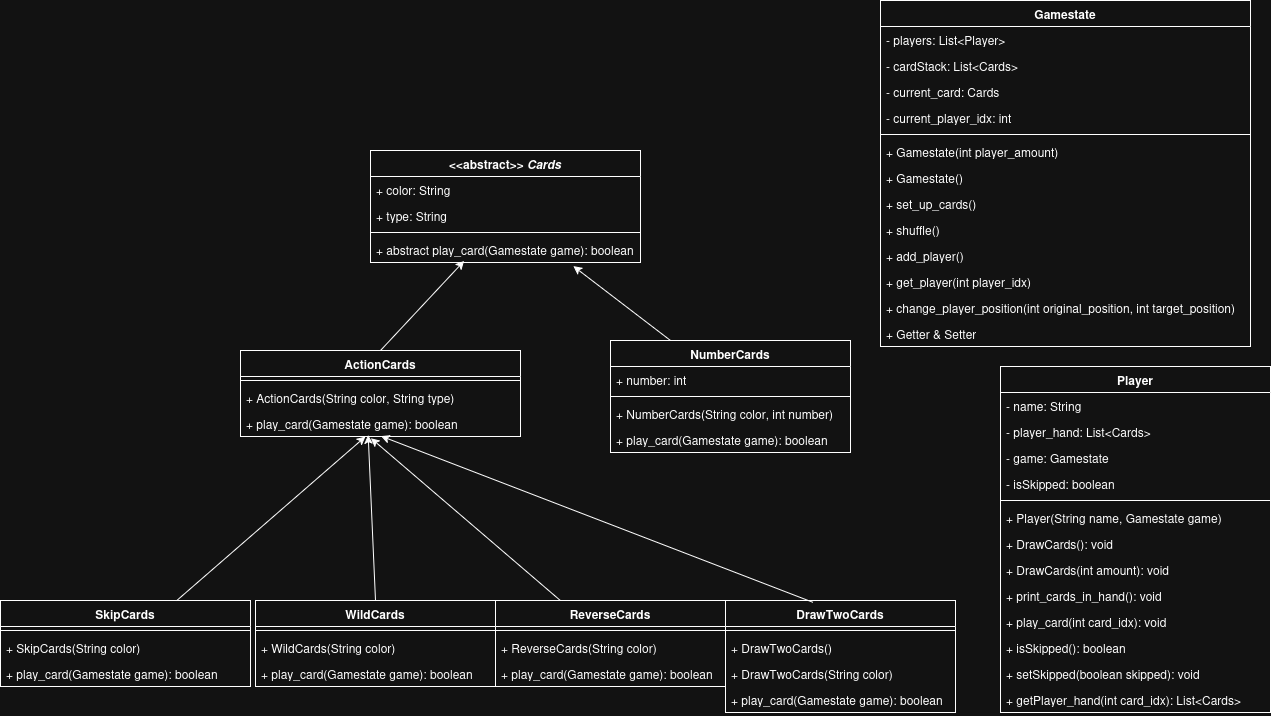
Above: img/UML.png in nicholasteslaaa/Soal_UG (draw.io), before the change. Source tidied: cells renumbered, new cells last; positions are measured from the earlier drawing's top-left corner, leaving out a move shared by most shapes.
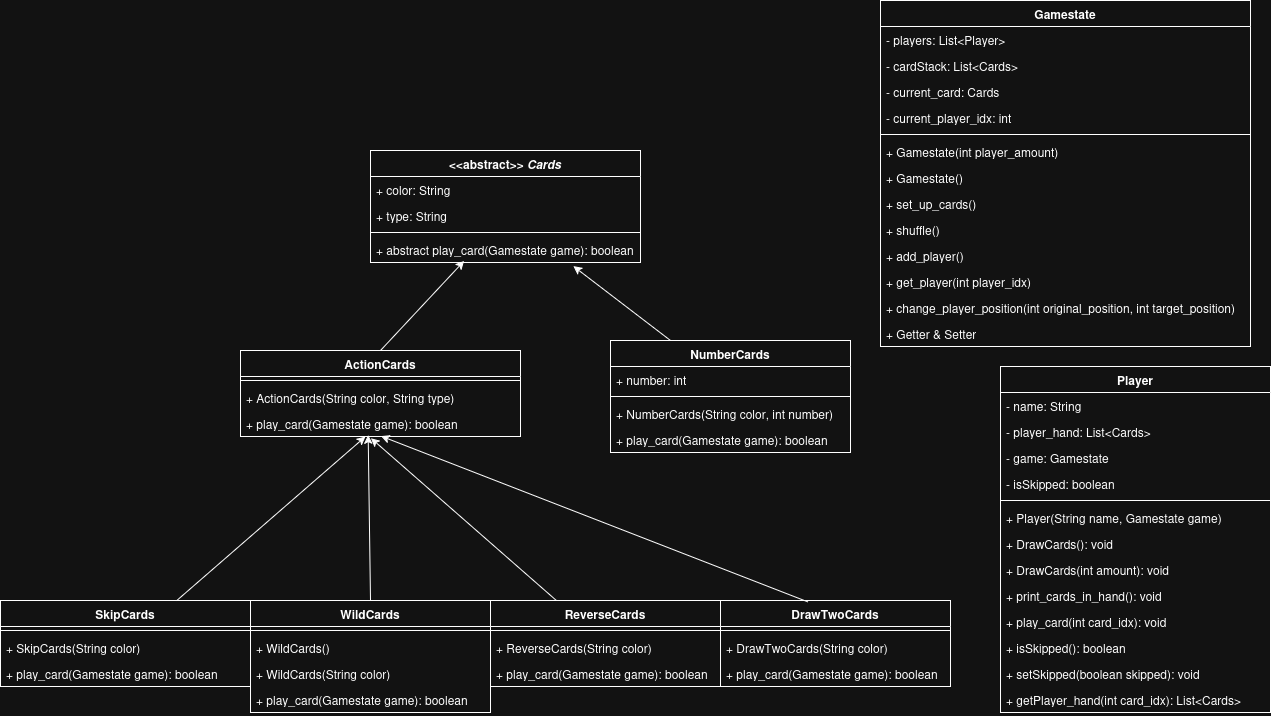
Above is the later version.

Change to the diagram source:
```diff
@@ -30,19 +30,16 @@
       <mxGeometry y="60" width="280" height="26" as="geometry" />
     </mxCell>
     <mxCell id="11" value="&lt;div&gt;DrawTwoCards&lt;/div&gt;" style="swimlane;fontStyle=1;align=center;verticalAlign=top;horizontal=1;startSize=26;whiteSpace=wrap;html=1;" parent="1" vertex="1">
-      <mxGeometry x="725" y="600" width="230" height="112" as="geometry" />
+      <mxGeometry x="720" y="600" width="230" height="86" as="geometry" />
     </mxCell>
     <mxCell id="12" style="line;strokeWidth=1;fillColor=none;align=left;verticalAlign=middle;spacingTop=-1;spacingLeft=3;spacingRight=3;labelPosition=right;strokeColor=inherit;" parent="11" vertex="1">
       <mxGeometry y="26" width="230" height="8" as="geometry" />
     </mxCell>
-    <mxCell id="13" value="+ DrawTwoCards()" style="text;strokeColor=none;fillColor=none;align=left;verticalAlign=top;spacingLeft=4;spacingRight=4;overflow=hidden;whiteSpace=wrap;html=1;" parent="11" vertex="1">
-      <mxGeometry y="34" width="230" height="26" as="geometry" />
-    </mxCell>
     <mxCell id="14" value="+ DrawTwoCards(String color)" style="text;strokeColor=none;fillColor=none;align=left;verticalAlign=top;spacingLeft=4;spacingRight=4;overflow=hidden;whiteSpace=wrap;html=1;" parent="11" vertex="1">
-      <mxGeometry y="60" width="230" height="26" as="geometry" />
+      <mxGeometry y="34" width="230" height="26" as="geometry" />
     </mxCell>
     <mxCell id="15" value="+ play_card(Gamestate&amp;nbsp;game): boolean" style="text;strokeColor=none;fillColor=none;align=left;verticalAlign=top;spacingLeft=4;spacingRight=4;overflow=hidden;whiteSpace=wrap;html=1;" parent="11" vertex="1">
-      <mxGeometry y="86" width="230" height="26" as="geometry" />
+      <mxGeometry y="60" width="230" height="26" as="geometry" />
     </mxCell>
     <mxCell id="16" value="NumberCards" style="swimlane;fontStyle=1;align=center;verticalAlign=top;horizontal=1;startSize=26;whiteSpace=wrap;html=1;" parent="1" vertex="1">
       <mxGeometry x="610" y="340" width="240" height="112" as="geometry" />
@@ -60,7 +57,7 @@
       <mxGeometry y="86" width="240" height="26" as="geometry" />
     </mxCell>
     <mxCell id="21" value="ReverseCards" style="swimlane;fontStyle=1;align=center;verticalAlign=top;horizontal=1;startSize=26;whiteSpace=wrap;html=1;" parent="1" vertex="1">
-      <mxGeometry x="495" y="600" width="230" height="86" as="geometry" />
+      <mxGeometry x="490" y="600" width="230" height="86" as="geometry" />
     </mxCell>
     <mxCell id="22" style="line;strokeWidth=1;fillColor=none;align=left;verticalAlign=middle;spacingTop=-1;spacingLeft=3;spacingRight=3;labelPosition=right;strokeColor=inherit;" parent="21" vertex="1">
       <mxGeometry y="26" width="230" height="8" as="geometry" />
@@ -84,16 +81,19 @@
       <mxGeometry y="60" width="250" height="26" as="geometry" />
     </mxCell>
     <mxCell id="29" value="WildCards" style="swimlane;fontStyle=1;align=center;verticalAlign=top;horizontal=1;startSize=26;whiteSpace=wrap;html=1;" parent="1" vertex="1">
-      <mxGeometry x="255" y="600" width="240" height="86" as="geometry" />
+      <mxGeometry x="250" y="600" width="240" height="112" as="geometry" />
     </mxCell>
     <mxCell id="30" style="line;strokeWidth=1;fillColor=none;align=left;verticalAlign=middle;spacingTop=-1;spacingLeft=3;spacingRight=3;labelPosition=right;strokeColor=inherit;" parent="29" vertex="1">
       <mxGeometry y="26" width="240" height="8" as="geometry" />
     </mxCell>
+    <mxCell id="67" value="+ WildCards()" style="text;strokeColor=none;fillColor=none;align=left;verticalAlign=top;spacingLeft=4;spacingRight=4;overflow=hidden;whiteSpace=wrap;html=1;" parent="29" vertex="1">
+      <mxGeometry y="34" width="240" height="26" as="geometry" />
+    </mxCell>
     <mxCell id="31" value="+ WildCards(String color)" style="text;strokeColor=none;fillColor=none;align=left;verticalAlign=top;spacingLeft=4;spacingRight=4;overflow=hidden;whiteSpace=wrap;html=1;" parent="29" vertex="1">
-      <mxGeometry y="34" width="240" height="26" as="geometry" />
+      <mxGeometry y="60" width="240" height="26" as="geometry" />
     </mxCell>
     <mxCell id="32" value="+ play_card(Gamestate&amp;nbsp;game): boolean" style="text;strokeColor=none;fillColor=none;align=left;verticalAlign=top;spacingLeft=4;spacingRight=4;overflow=hidden;whiteSpace=wrap;html=1;" parent="29" vertex="1">
-      <mxGeometry y="60" width="240" height="26" as="geometry" />
+      <mxGeometry y="86" width="240" height="26" as="geometry" />
     </mxCell>
     <mxCell id="33" style="endArrow=classic;html=1;rounded=0;entryX=0.456;entryY=0.951;entryDx=0;entryDy=0;entryPerimeter=0;exitX=0.5;exitY=0;exitDx=0;exitDy=0;" parent="1" edge="1" source="29" target="10">
       <mxGeometry relative="1" as="geometry" />
```
